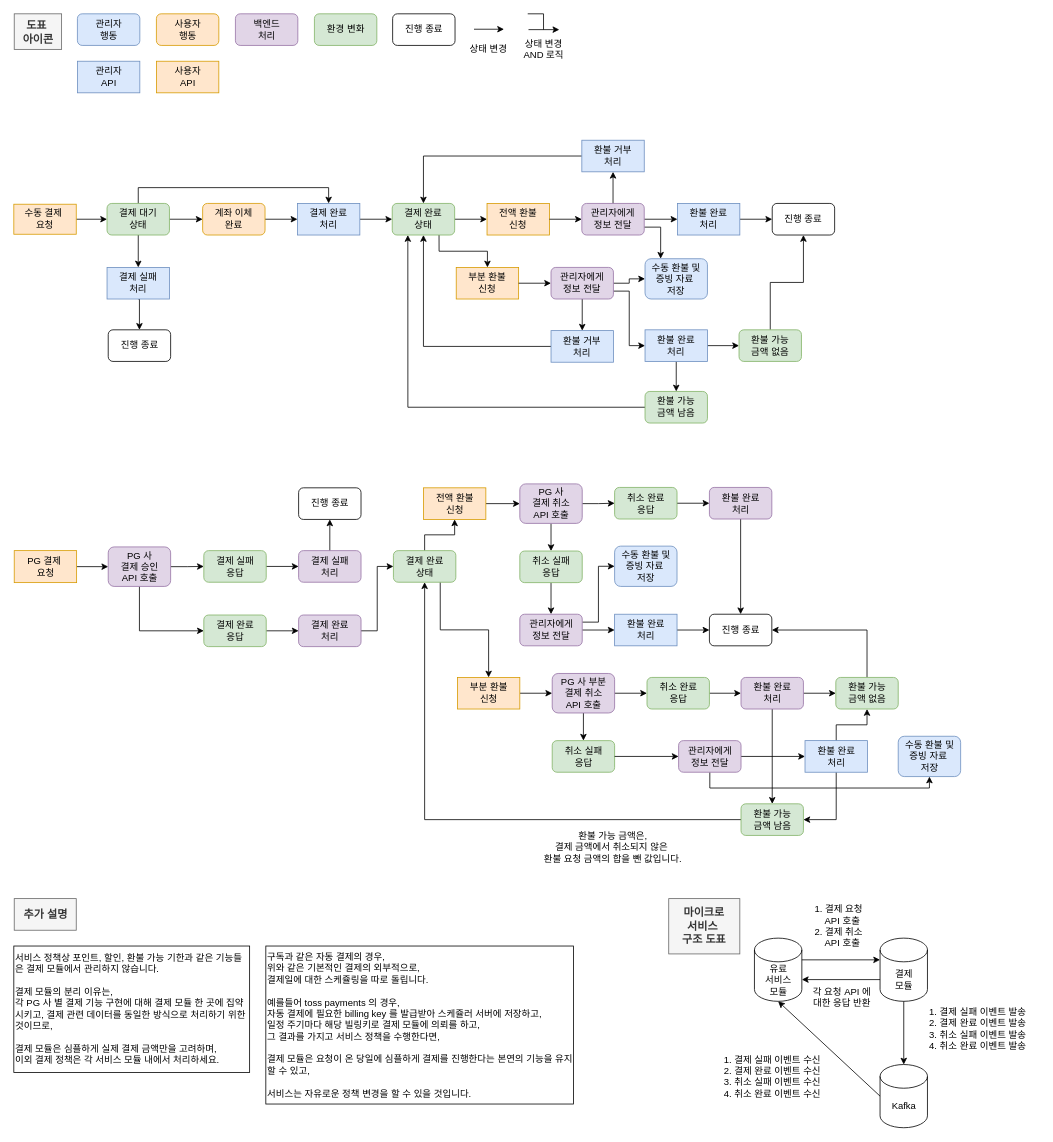
Above: module-payment/external_files/blue_print/payment.drawio in RaillyLinker/Kotlin_SpringbootMvc_Template (draw.io), before the change. Source tidied: cells renumbered, new cells numbered last; positions are measured from the earlier drawing's top-left corner, leaving out a move shared by most shapes. Both pictures are drawn from the tidied source at 79%, with x=0, y=0 at pixel (13, 13).
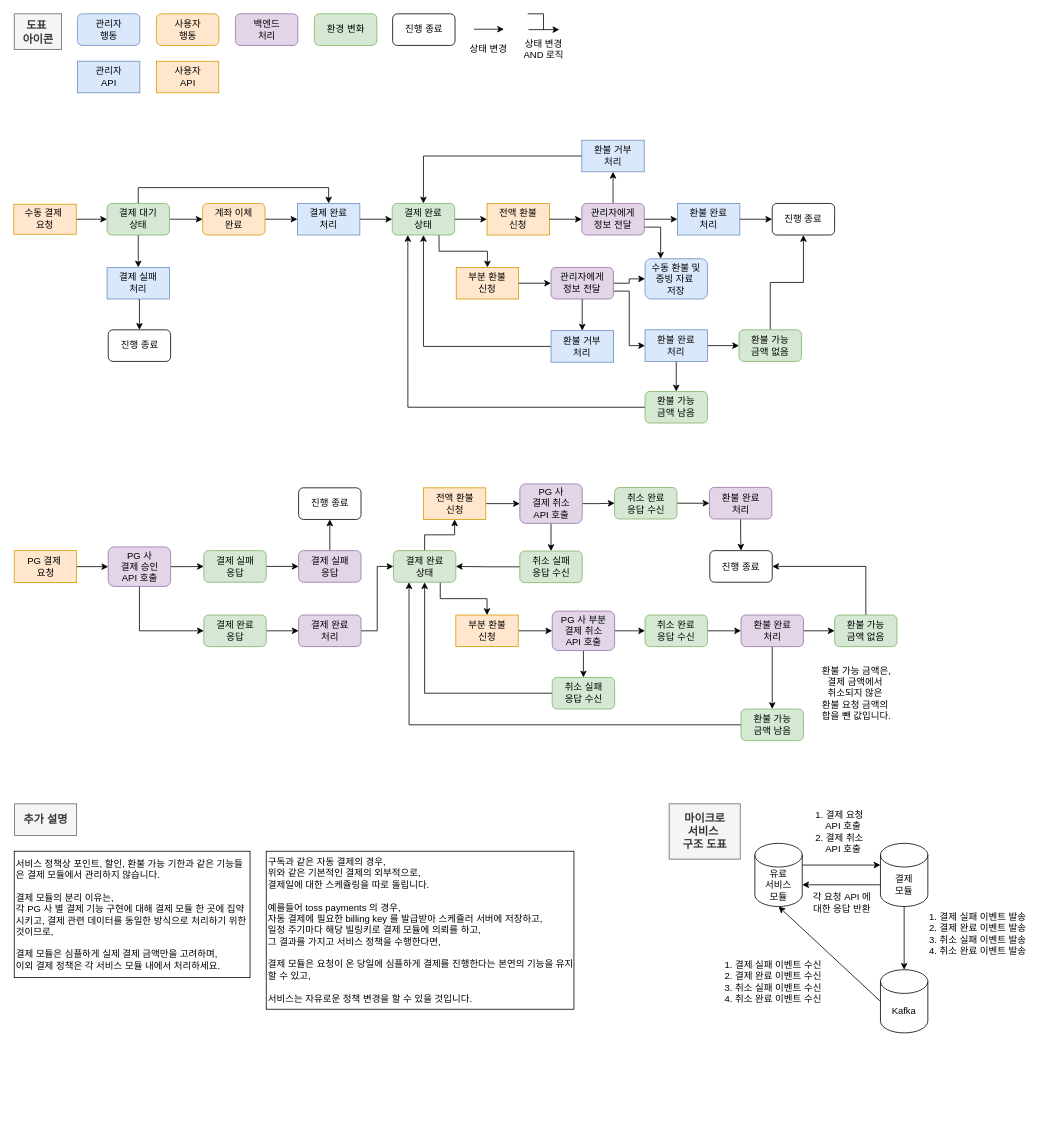
The same diagram, later.

The change refers to these unchanged cells:
```xml
<mxCell id="101" value="결제 완료&lt;div&gt;상태&lt;/div&gt;" style="rounded=1;whiteSpace=wrap;html=1;fillColor=#d5e8d4;strokeColor=#82b366;" parent="1" vertex="1">
  <mxGeometry x="480.5" y="679.5" width="79" height="40" as="geometry" />
</mxCell>
```

The edit, as a diff of the source:
```diff
@@
-    <mxCell id="15" value="결제 실패&lt;div&gt;처리&lt;/div&gt;" style="rounded=1;whiteSpace=wrap;html=1;fillColor=#e1d5e7;strokeColor=#9673a6;" parent="1" vertex="1">
+    <mxCell id="15" value="결제 실패&lt;div&gt;응답&lt;/div&gt;" style="rounded=1;whiteSpace=wrap;html=1;fillColor=#e1d5e7;strokeColor=#9673a6;" parent="1" vertex="1">
       <mxGeometry x="360.5" y="679.5" width="79" height="40" as="geometry" />
     </mxCell>
@@
-    <mxCell id="39" style="edgeStyle=orthogonalEdgeStyle;rounded=0;jettySize=auto;html=1;exitX=0.5;exitY=1;exitDx=0;exitDy=0;entryX=0.5;entryY=0;entryDx=0;entryDy=0;" parent="1" edge="1" source="40" target="85">
-      <mxGeometry relative="1" as="geometry" />
-    </mxCell>
+    <mxCell id="132" style="edgeStyle=orthogonalEdgeStyle;rounded=0;jettySize=auto;html=1;exitX=0;exitY=0.5;exitDx=0;exitDy=0;entryX=1;entryY=0.5;entryDx=0;entryDy=0;" parent="1" edge="1" source="40" target="101">
+      <mxGeometry relative="1" as="geometry" />
+    </mxCell>
-    <mxCell id="40" value="취소 실패&lt;div&gt;응답&lt;/div&gt;" style="rounded=1;whiteSpace=wrap;html=1;fillColor=#d5e8d4;strokeColor=#82b366;" parent="1" vertex="1">
+    <mxCell id="40" value="취소 실패&lt;div&gt;응답 수신&lt;/div&gt;" style="rounded=1;whiteSpace=wrap;html=1;fillColor=#d5e8d4;strokeColor=#82b366;" parent="1" vertex="1">
       <mxGeometry x="640.5" y="680" width="79" height="40" as="geometry" />
     </mxCell>
@@
-    <mxCell id="42" value="취소 완료&lt;div&gt;응답&lt;/div&gt;" style="rounded=1;whiteSpace=wrap;html=1;fillColor=#d5e8d4;strokeColor=#82b366;" parent="1" vertex="1">
+    <mxCell id="42" value="취소 완료&lt;div&gt;응답 수신&lt;/div&gt;" style="rounded=1;whiteSpace=wrap;html=1;fillColor=#d5e8d4;strokeColor=#82b366;" parent="1" vertex="1">
       <mxGeometry x="760.5" y="599.5" width="79" height="40" as="geometry" />
     </mxCell>
-    <mxCell id="43" style="edgeStyle=orthogonalEdgeStyle;rounded=0;jettySize=auto;html=1;exitX=1;exitY=0.5;exitDx=0;exitDy=0;entryX=0;entryY=0.5;entryDx=0;entryDy=0;" parent="1" edge="1" source="44" target="45">
-      <mxGeometry relative="1" as="geometry" />
-    </mxCell>
-    <mxCell id="44" value="&lt;div&gt;환불 완료&lt;br&gt;&lt;div&gt;처리&lt;/div&gt;&lt;/div&gt;" style="rounded=0;whiteSpace=wrap;html=1;fillColor=#dae8fc;strokeColor=#6c8ebf;fontColor=light-dark(#000000,#E5FF00);" parent="1" vertex="1">
-      <mxGeometry x="760.5" y="760" width="79" height="40" as="geometry" />
-    </mxCell>
     <mxCell id="45" value="진행 종료" style="rounded=1;whiteSpace=wrap;html=1;" parent="1" vertex="1">
-      <mxGeometry x="880.5" y="760" width="79" height="40" as="geometry" />
+      <mxGeometry x="881" y="679.5" width="79" height="40" as="geometry" />
     </mxCell>
@@
     <mxCell id="49" value="부분 환불&lt;div&gt;신청&lt;/div&gt;" style="rounded=0;whiteSpace=wrap;html=1;fillColor=#ffe6cc;strokeColor=#d79b00;fontColor=light-dark(#000000,#E5FF00);" parent="1" vertex="1">
-      <mxGeometry x="561.5" y="840" width="79" height="40" as="geometry" />
+      <mxGeometry x="559.5" y="761" width="79" height="40" as="geometry" />
     </mxCell>
@@
     <mxCell id="52" value="PG 사 부분&lt;div&gt;결제 취소&lt;/div&gt;&lt;div&gt;API 호출&lt;/div&gt;" style="rounded=1;whiteSpace=wrap;html=1;fillColor=#e1d5e7;strokeColor=#9673a6;" parent="1" vertex="1">
-      <mxGeometry x="681.5" y="835" width="79" height="50" as="geometry" />
+      <mxGeometry x="681.5" y="756" width="79" height="50" as="geometry" />
     </mxCell>
@@
-    <mxCell id="54" value="취소 완료&lt;div&gt;응답&lt;/div&gt;" style="rounded=1;whiteSpace=wrap;html=1;fillColor=#d5e8d4;strokeColor=#82b366;" parent="1" vertex="1">
-      <mxGeometry x="801.5" y="840" width="79" height="40" as="geometry" />
+    <mxCell id="54" value="취소 완료&lt;div&gt;응답 수신&lt;/div&gt;" style="rounded=1;whiteSpace=wrap;html=1;fillColor=#d5e8d4;strokeColor=#82b366;" parent="1" vertex="1">
+      <mxGeometry x="799" y="761" width="79" height="40" as="geometry" />
     </mxCell>
@@
     <mxCell id="57" value="환불 완료&lt;div&gt;처리&lt;/div&gt;" style="rounded=1;whiteSpace=wrap;html=1;fillColor=#e1d5e7;strokeColor=#9673a6;" parent="1" vertex="1">
-      <mxGeometry x="920.5" y="840" width="79" height="40" as="geometry" />
+      <mxGeometry x="920.5" y="761" width="79" height="40" as="geometry" />
     </mxCell>
-    <mxCell id="58" style="edgeStyle=orthogonalEdgeStyle;rounded=0;jettySize=auto;html=1;exitX=0;exitY=0.5;exitDx=0;exitDy=0;entryX=0.5;entryY=1;entryDx=0;entryDy=0;" parent="1" edge="1" source="59" target="101">
+    <mxCell id="58" style="edgeStyle=orthogonalEdgeStyle;rounded=0;jettySize=auto;html=1;exitX=0;exitY=0.5;exitDx=0;exitDy=0;entryX=0.25;entryY=1;entryDx=0;entryDy=0;" parent="1" edge="1" source="59" target="101">
       <mxGeometry relative="1" as="geometry" />
     </mxCell>
     <mxCell id="59" value="환불 가능&lt;div&gt;금액 남음&lt;/div&gt;" style="rounded=1;whiteSpace=wrap;html=1;fillColor=#d5e8d4;strokeColor=#82b366;" parent="1" vertex="1">
-      <mxGeometry x="920.5" y="1000" width="79" height="40" as="geometry" />
+      <mxGeometry x="920.5" y="880" width="79" height="40" as="geometry" />
     </mxCell>
@@
     <mxCell id="61" value="환불 가능&lt;div&gt;금액 없음&lt;/div&gt;" style="rounded=1;whiteSpace=wrap;html=1;fillColor=#d5e8d4;strokeColor=#82b366;" parent="1" vertex="1">
-      <mxGeometry x="1040.5" y="840" width="79" height="40" as="geometry" />
+      <mxGeometry x="1039" y="761" width="79" height="40" as="geometry" />
     </mxCell>
-    <mxCell id="62" style="edgeStyle=orthogonalEdgeStyle;rounded=0;jettySize=auto;html=1;exitX=1;exitY=0.5;exitDx=0;exitDy=0;entryX=0;entryY=0.5;entryDx=0;entryDy=0;" parent="1" edge="1" source="88" target="66">
-      <mxGeometry relative="1" as="geometry" />
-    </mxCell>
+    <mxCell id="133" style="edgeStyle=orthogonalEdgeStyle;rounded=0;jettySize=auto;html=1;exitX=0;exitY=0.5;exitDx=0;exitDy=0;entryX=0.5;entryY=1;entryDx=0;entryDy=0;" parent="1" edge="1" source="63" target="101">
+      <mxGeometry relative="1" as="geometry" />
+    </mxCell>
-    <mxCell id="63" value="취소 실패&lt;div&gt;응답&lt;/div&gt;" style="rounded=1;whiteSpace=wrap;html=1;fillColor=#d5e8d4;strokeColor=#82b366;" parent="1" vertex="1">
-      <mxGeometry x="681.5" y="920" width="79" height="40" as="geometry" />
+    <mxCell id="63" value="취소 실패&lt;div&gt;응답 수신&lt;/div&gt;" style="rounded=1;whiteSpace=wrap;html=1;fillColor=#d5e8d4;strokeColor=#82b366;" parent="1" vertex="1">
+      <mxGeometry x="681.5" y="840" width="79" height="40" as="geometry" />
     </mxCell>
-    <mxCell id="64" style="edgeStyle=orthogonalEdgeStyle;rounded=0;jettySize=auto;html=1;exitX=0.5;exitY=0;exitDx=0;exitDy=0;entryX=0.5;entryY=1;entryDx=0;entryDy=0;" parent="1" edge="1" source="66" target="61">
-      <mxGeometry relative="1" as="geometry" />
-    </mxCell>
-    <mxCell id="65" style="edgeStyle=orthogonalEdgeStyle;rounded=0;jettySize=auto;html=1;exitX=0.5;exitY=1;exitDx=0;exitDy=0;entryX=1;entryY=0.5;entryDx=0;entryDy=0;" parent="1" edge="1" source="66" target="59">
-      <mxGeometry relative="1" as="geometry" />
-    </mxCell>
-    <mxCell id="66" value="&lt;font style=&quot;color: light-dark(rgb(0, 0, 0), rgb(229, 255, 0));&quot;&gt;&lt;span&gt;환불 완료&lt;/span&gt;&lt;br&gt;&lt;/font&gt;&lt;div&gt;&lt;font style=&quot;color: light-dark(rgb(0, 0, 0), rgb(229, 255, 0));&quot;&gt;처리&lt;/font&gt;&lt;/div&gt;" style="rounded=0;whiteSpace=wrap;html=1;fillColor=#dae8fc;strokeColor=#6c8ebf;" parent="1" vertex="1">
-      <mxGeometry x="1001.5" y="920" width="79" height="40" as="geometry" />
-    </mxCell>
@@
-    <mxCell id="83" style="edgeStyle=orthogonalEdgeStyle;rounded=0;jettySize=auto;html=1;exitX=1;exitY=0.5;exitDx=0;exitDy=0;entryX=0;entryY=0.5;entryDx=0;entryDy=0;" parent="1" edge="1" source="85" target="44">
-      <mxGeometry relative="1" as="geometry" />
-    </mxCell>
-    <mxCell id="84" style="edgeStyle=orthogonalEdgeStyle;rounded=0;jettySize=auto;html=1;exitX=1;exitY=0.25;exitDx=0;exitDy=0;entryX=0;entryY=0.5;entryDx=0;entryDy=0;" parent="1" edge="1" source="85" target="129">
-      <mxGeometry relative="1" as="geometry" />
-    </mxCell>
-    <mxCell id="85" value="관리자에게&lt;div&gt;정보 전달&lt;/div&gt;" style="rounded=1;whiteSpace=wrap;html=1;fillColor=#e1d5e7;strokeColor=#9673a6;" parent="1" vertex="1">
-      <mxGeometry x="640.5" y="760" width="79" height="40" as="geometry" />
-    </mxCell>
-    <mxCell id="86" style="edgeStyle=orthogonalEdgeStyle;rounded=0;jettySize=auto;html=1;exitX=1;exitY=0.5;exitDx=0;exitDy=0;entryX=0;entryY=0.5;entryDx=0;entryDy=0;" parent="1" edge="1" source="63" target="88">
-      <mxGeometry relative="1" as="geometry" />
-    </mxCell>
-    <mxCell id="87" style="edgeStyle=orthogonalEdgeStyle;rounded=0;jettySize=auto;html=1;exitX=0.5;exitY=1;exitDx=0;exitDy=0;entryX=0.5;entryY=1;entryDx=0;entryDy=0;" parent="1" edge="1" source="88" target="130">
-      <mxGeometry relative="1" as="geometry" />
-    </mxCell>
-    <mxCell id="88" value="관리자에게&lt;div&gt;정보 전달&lt;/div&gt;" style="rounded=1;whiteSpace=wrap;html=1;fillColor=#e1d5e7;strokeColor=#9673a6;" parent="1" vertex="1">
-      <mxGeometry x="841.5" y="920" width="79" height="40" as="geometry" />
-    </mxCell>
-    <mxCell id="89" value="환불 가능 금액은,&lt;div&gt;결제 금액에서 취소되지 않은&amp;nbsp;&lt;/div&gt;&lt;div&gt;환불 요청 금액의 합을 뺀 값입니다.&lt;/div&gt;" style="text;html=1;align=center;verticalAlign=middle;whiteSpace=wrap;rounded=0;" parent="1" vertex="1">
-      <mxGeometry x="663" y="1020" width="191" height="70" as="geometry" />
+    <mxCell id="89" value="환불 가능 금액은,&lt;div&gt;결제 금액에서&amp;nbsp;&lt;/div&gt;&lt;div&gt;취소되지 않은&amp;nbsp;&lt;/div&gt;&lt;div&gt;환불 요청 금액의&amp;nbsp;&lt;/div&gt;&lt;div&gt;합을 뺀 값입니다.&lt;/div&gt;" style="text;html=1;align=center;verticalAlign=middle;whiteSpace=wrap;rounded=0;" parent="1" vertex="1">
+      <mxGeometry x="1012" y="825" width="110" height="70" as="geometry" />
     </mxCell>
@@
     <mxCell id="102" value="구독과 같은 자동 결제의 경우,&lt;div&gt;위와 같은 기본적인 결제의 외부적으로,&lt;/div&gt;&lt;div&gt;결제일에 대한 스케쥴링을 따로 돌립니다.&lt;/div&gt;&lt;div&gt;&lt;br&gt;&lt;/div&gt;&lt;div&gt;예를들어 toss payments 의 경우,&lt;/div&gt;&lt;div&gt;자동 결제에 필요한 billing key 를 발급받아 스케쥴러 서버에 저장하고,&lt;/div&gt;&lt;div&gt;일정 주기마다 해당 빌링키로 결제 모듈에 의뢰를 하고,&amp;nbsp;&lt;/div&gt;&lt;div&gt;그 결과를 가지고 서비스 정책을 수행한다면,&lt;/div&gt;&lt;div&gt;&lt;br&gt;&lt;/div&gt;&lt;div&gt;결제 모듈은 요청이 온 당일에 심플하게 결제를 진행한다는 본연의 기능을 유지할 수 있고,&lt;/div&gt;&lt;div&gt;&lt;br&gt;&lt;/div&gt;&lt;div&gt;서비스는 자유로운 정책 변경을 할 수 있을 것입니다.&lt;/div&gt;" style="text;html=1;align=left;verticalAlign=middle;whiteSpace=wrap;rounded=0;strokeColor=default;" parent="1" vertex="1">
-      <mxGeometry x="319" y="1180" width="389.5" height="200" as="geometry" />
+      <mxGeometry x="319.5" y="1060" width="389.5" height="200" as="geometry" />
     </mxCell>
     <mxCell id="103" value="서비스 정책상 포인트, 할인, 환불 가능 기한과 같은 기능들은 결제 모듈에서 관리하지 않습니다.&lt;div&gt;&lt;br&gt;&lt;div&gt;&lt;div&gt;결제 모듈의 분리 이유는,&lt;/div&gt;&lt;div&gt;각 PG 사 별 결제 기능 구현에 대해 결제 모듈 한 곳에 집약시키고, 결제 관련 데이터를 동일한 방식으로 처리하기 위한 것이므로,&lt;/div&gt;&lt;div&gt;&lt;br&gt;&lt;/div&gt;&lt;div&gt;결제 모듈은 심플하게 실제 결제 금액만을 고려하며,&lt;/div&gt;&lt;/div&gt;&lt;/div&gt;&lt;div&gt;이외 결제 정책은 각 서비스 모듈 내에서 처리하세요.&lt;/div&gt;" style="text;html=1;align=left;verticalAlign=middle;whiteSpace=wrap;rounded=0;strokeColor=default;" parent="1" vertex="1">
-      <mxGeometry y="1180" width="298.5" height="160" as="geometry" />
+      <mxGeometry x="0.5" y="1060" width="298.5" height="160" as="geometry" />
     </mxCell>
     <mxCell id="104" value="유료&lt;div&gt;서비스&lt;div&gt;모듈&lt;/div&gt;&lt;/div&gt;" style="shape=cylinder3;whiteSpace=wrap;html=1;boundedLbl=1;backgroundOutline=1;size=15;" parent="1" vertex="1">
-      <mxGeometry x="937.5" y="1170" width="60" height="80" as="geometry" />
+      <mxGeometry x="938" y="1050" width="60" height="80" as="geometry" />
     </mxCell>
     <mxCell id="105" value="결제&lt;div&gt;모듈&lt;/div&gt;" style="shape=cylinder3;whiteSpace=wrap;html=1;boundedLbl=1;backgroundOutline=1;size=15;" parent="1" vertex="1">
-      <mxGeometry x="1096.5" y="1170" width="60" height="80" as="geometry" />
+      <mxGeometry x="1097" y="1050" width="60" height="80" as="geometry" />
     </mxCell>
@@
     <mxCell id="108" value="1. 결제 요청&amp;nbsp;&lt;div&gt;&amp;nbsp; &amp;nbsp; API 호출&lt;div&gt;2. 결제 취소&amp;nbsp;&lt;/div&gt;&lt;div&gt;&amp;nbsp; &amp;nbsp; API 호출&lt;/div&gt;&lt;/div&gt;" style="text;html=1;align=left;verticalAlign=middle;whiteSpace=wrap;rounded=0;" parent="1" vertex="1">
-      <mxGeometry x="1012" y="1120" width="71.5" height="70" as="geometry" />
+      <mxGeometry x="1012.5" y="1000" width="71.5" height="70" as="geometry" />
     </mxCell>
     <mxCell id="109" value="각 요청 API 에 대한 응답 반환" style="text;html=1;align=center;verticalAlign=middle;whiteSpace=wrap;rounded=0;" parent="1" vertex="1">
-      <mxGeometry x="1007.5" y="1230" width="80.5" height="30" as="geometry" />
+      <mxGeometry x="1008" y="1110" width="80.5" height="30" as="geometry" />
     </mxCell>
     <mxCell id="110" value="Kafka" style="shape=cylinder3;whiteSpace=wrap;html=1;boundedLbl=1;backgroundOutline=1;size=15;" parent="1" vertex="1">
-      <mxGeometry x="1096.5" y="1330" width="60" height="80" as="geometry" />
+      <mxGeometry x="1097" y="1210" width="60" height="80" as="geometry" />
     </mxCell>
@@
     <mxCell id="112" value="1. 결제 실패 이벤트 발송&lt;div&gt;2. 결제 완료 이벤트 발송&lt;/div&gt;&lt;div&gt;3. 취소 실패 이벤트 발송&lt;/div&gt;&lt;div&gt;4. 취소 완료 이벤트 발송&lt;/div&gt;" style="text;html=1;align=left;verticalAlign=middle;whiteSpace=wrap;rounded=0;" parent="1" vertex="1">
-      <mxGeometry x="1156.5" y="1250" width="141" height="70" as="geometry" />
+      <mxGeometry x="1157" y="1130" width="141" height="70" as="geometry" />
     </mxCell>
@@
     <mxCell id="114" value="1. 결제 실패 이벤트 수신&lt;div&gt;2. 결제 완료 이벤트 수신&lt;/div&gt;&lt;div&gt;3. 취소 실패 이벤트 수신&lt;/div&gt;&lt;div&gt;4. 취소 완료 이벤트 수신&lt;/div&gt;" style="text;html=1;align=left;verticalAlign=middle;whiteSpace=wrap;rounded=0;" parent="1" vertex="1">
-      <mxGeometry x="897" y="1310" width="141" height="70" as="geometry" />
+      <mxGeometry x="897.5" y="1190" width="141" height="70" as="geometry" />
     </mxCell>
     <mxCell id="115" value="마이크로&lt;div&gt;서비스&amp;nbsp;&lt;/div&gt;&lt;div&gt;구조 도표&lt;/div&gt;" style="text;html=1;align=center;verticalAlign=middle;whiteSpace=wrap;rounded=0;fontStyle=1;fontSize=14;fillColor=#f5f5f5;fontColor=#333333;strokeColor=#666666;" parent="1" vertex="1">
-      <mxGeometry x="829" y="1120" width="90" height="70" as="geometry" />
+      <mxGeometry x="829.5" y="1000" width="90" height="70" as="geometry" />
     </mxCell>
@@
-    <mxCell id="129" value="수동 환불 및&lt;div&gt;증빙 자료&amp;nbsp;&lt;/div&gt;&lt;div&gt;저장&lt;/div&gt;" style="rounded=1;whiteSpace=wrap;html=1;fillColor=#dae8fc;strokeColor=#6c8ebf;" parent="1" vertex="1">
-      <mxGeometry x="760.5" y="673.8" width="79" height="51" as="geometry" />
-    </mxCell>
-    <mxCell id="130" value="수동 환불 및&lt;div&gt;증빙 자료&amp;nbsp;&lt;/div&gt;&lt;div&gt;저장&lt;/div&gt;" style="rounded=1;whiteSpace=wrap;html=1;fillColor=#dae8fc;strokeColor=#6c8ebf;" parent="1" vertex="1">
-      <mxGeometry x="1119.5" y="914.5" width="79" height="51" as="geometry" />
-    </mxCell>
     <mxCell id="131" value="추가 설명" style="text;html=1;align=center;verticalAlign=middle;whiteSpace=wrap;rounded=0;fontStyle=1;fontSize=14;fillColor=#f5f5f5;fontColor=#333333;strokeColor=#666666;" parent="1" vertex="1">
-      <mxGeometry x="0.5" y="1120" width="78.5" height="40" as="geometry" />
+      <mxGeometry x="1" y="1000" width="78.5" height="40" as="geometry" />
     </mxCell>
```
